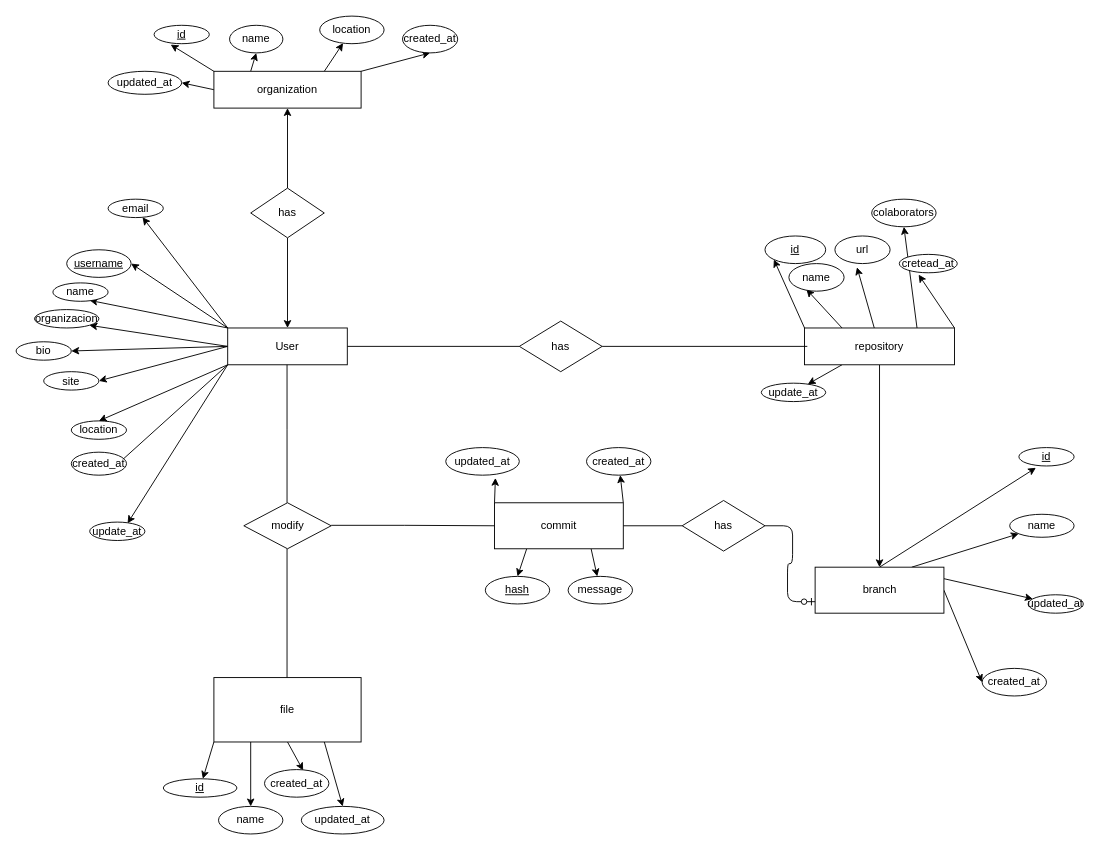
Before: ER/GitBoomer Entity-Relationship diagram1.drawio in mateusgomes01/gdi-project-2020-1, a draw.io diagram. Source tidied: cells renumbered, new cells numbered last; positions are measured from the earlier drawing's top-left corner, leaving out a move shared by most shapes. Both pictures are drawn from the tidied source at 92%, with x=0, y=0 at pixel (16, 16).
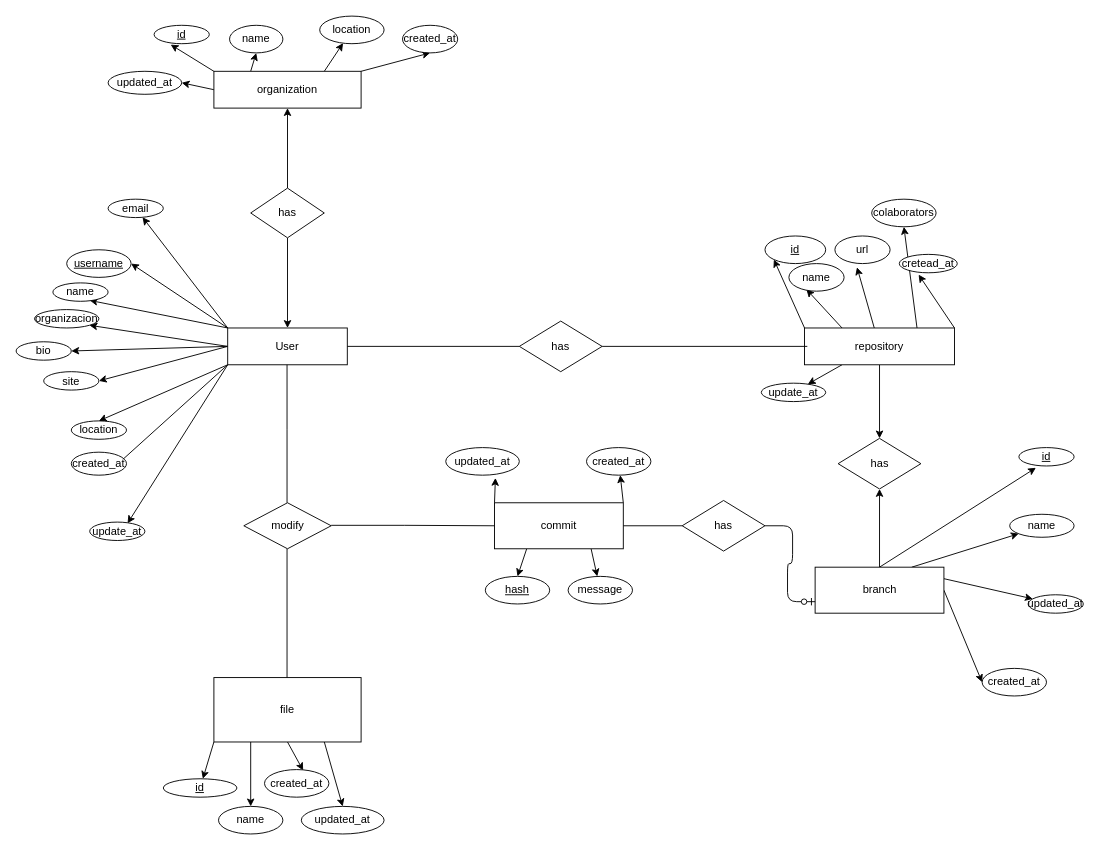
The same diagram, later.

Commit message:
adds repository has branch relation

The change refers to these unchanged cells:
```xml
<mxCell id="32" value="repository" style="whiteSpace=wrap;html=1;align=center;" parent="1" vertex="1">
  <mxGeometry x="857" y="339" width="163" height="40" as="geometry" />
</mxCell>
<mxCell id="77" value="branch" style="whiteSpace=wrap;html=1;align=center;" parent="1" vertex="1">
  <mxGeometry x="868.5" y="599" width="140" height="50" as="geometry" />
</mxCell>
```

The edit, as a diff of the source:
```diff
@@
-    <mxCell id="31" style="edgeStyle=orthogonalEdgeStyle;rounded=0;jettySize=auto;html=1;" parent="1" edge="1" source="32" target="77">
+    <mxCell id="31" style="edgeStyle=orthogonalEdgeStyle;rounded=0;jettySize=auto;html=1;entryX=0.5;entryY=0;entryDx=0;entryDy=0;" parent="1" edge="1" source="32" target="88">
       <mxGeometry relative="1" as="geometry" />
     </mxCell>
@@
+    <mxCell id="87" style="edgeStyle=none;rounded=0;jettySize=auto;html=1;entryX=0.5;entryY=1;entryDx=0;entryDy=0;" parent="1" edge="1" source="77" target="88">
+      <mxGeometry relative="1" as="geometry" />
+    </mxCell>
@@
+    <mxCell id="88" value="has" style="shape=rhombus;perimeter=rhombusPerimeter;whiteSpace=wrap;html=1;align=center;" parent="1" vertex="1">
+      <mxGeometry x="893.5" y="459" width="90" height="55" as="geometry" />
+    </mxCell>
```
